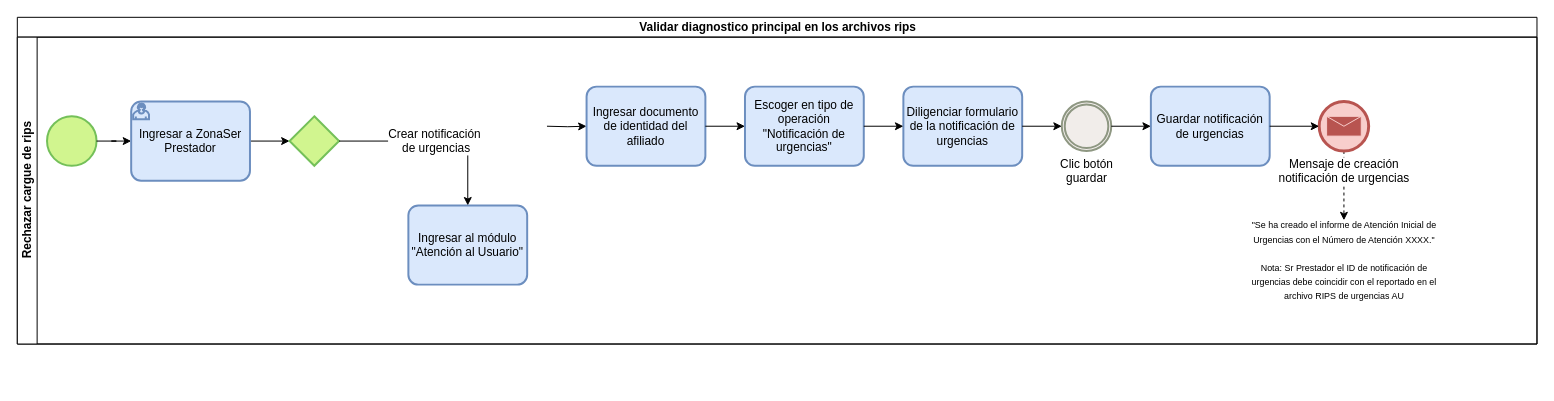
This is Validacion_codigos_cie10.drawio from kevinjporto/Diagramas-de-procesos, a draw.io file, before an edit. Source tidied: cells renumbered, new cells numbered last; positions are measured from the earlier drawing's top-left corner, leaving out a move shared by most shapes. Both pictures are drawn from the tidied source at 99%, with x=0, y=0 at pixel (17, 17).
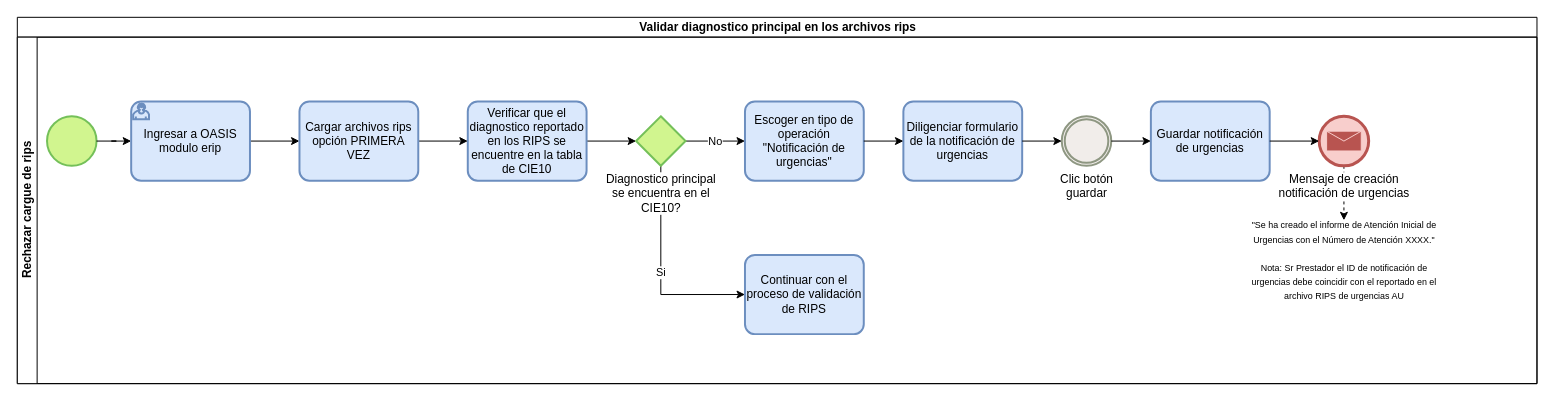
After the change.

The edit, as a diff of the source:
```diff
@@
     <mxCell id="2" value="Validar diagnostico principal en los archivos rips" style="swimlane;horizontal=1;startSize=20;html=1;" parent="1" vertex="1">
-      <mxGeometry width="1535" height="330" as="geometry" />
+      <mxGeometry width="1535" height="370" as="geometry" />
     </mxCell>
     <mxCell id="3" value="Rechazar cargue de rips" style="swimlane;startSize=20;horizontal=0;html=1;" parent="2" vertex="1">
-      <mxGeometry y="20" width="1535" height="310" as="geometry" />
+      <mxGeometry y="20" width="1535" height="350" as="geometry" />
     </mxCell>
@@
-    <mxCell id="6" style="edgeStyle=orthogonalEdgeStyle;rounded=0;jettySize=auto;html=1;fontFamily=Helvetica;fontSize=12;fontColor=default;" parent="3" edge="1" source="7" target="8">
+    <mxCell id="6" style="edgeStyle=orthogonalEdgeStyle;rounded=0;jettySize=auto;html=1;fontFamily=Helvetica;fontSize=12;fontColor=default;entryX=0;entryY=0.5;entryDx=0;entryDy=0;entryPerimeter=0;" parent="3" edge="1" source="7" target="23">
       <mxGeometry relative="1" as="geometry" />
     </mxCell>
-    <mxCell id="7" value="Ingresar a ZonaSer Prestador" style="points=[[0.25,0,0],[0.5,0,0],[0.75,0,0],[1,0.25,0],[1,0.5,0],[1,0.75,0],[0.75,1,0],[0.5,1,0],[0.25,1,0],[0,0.75,0],[0,0.5,0],[0,0.25,0]];shape=mxgraph.bpmn.task;whiteSpace=wrap;rectStyle=rounded;size=10;html=1;taskMarker=user;fillColor=#dae8fc;strokeColor=#6c8ebf;strokeWidth=2;" parent="3" vertex="1">
+    <mxCell id="7" value="Ingresar a OASIS modulo erip" style="points=[[0.25,0,0],[0.5,0,0],[0.75,0,0],[1,0.25,0],[1,0.5,0],[1,0.75,0],[0.75,1,0],[0.5,1,0],[0.25,1,0],[0,0.75,0],[0,0.5,0],[0,0.25,0]];shape=mxgraph.bpmn.task;whiteSpace=wrap;rectStyle=rounded;size=10;html=1;taskMarker=user;fillColor=#dae8fc;strokeColor=#6c8ebf;strokeWidth=2;" parent="3" vertex="1">
       <mxGeometry x="115" y="65" width="120" height="80" as="geometry" />
     </mxCell>
+    <mxCell id="25" value="No" style="edgeStyle=orthogonalEdgeStyle;rounded=0;jettySize=auto;html=1;" parent="3" edge="1" source="8" target="11">
+      <mxGeometry relative="1" as="geometry" />
+    </mxCell>
+    <mxCell id="26" value="Si" style="edgeStyle=orthogonalEdgeStyle;rounded=0;jettySize=auto;html=1;entryX=0;entryY=0.5;entryDx=0;entryDy=0;entryPerimeter=0;" parent="3" edge="1" source="8" target="29">
+      <mxGeometry relative="1" as="geometry">
+        <Array as="points">
+          <mxPoint x="650" y="260" />
+        </Array>
+      </mxGeometry>
+    </mxCell>
-    <mxCell id="8" style="points=[[0.25,0.25,0],[0.5,0,0],[0.75,0.25,0],[1,0.5,0],[0.75,0.75,0],[0.5,1,0],[0.25,0.75,0],[0,0.5,0]];shape=mxgraph.bpmn.gateway2;html=1;verticalLabelPosition=bottom;labelBackgroundColor=#ffffff;verticalAlign=top;align=center;perimeter=rhombusPerimeter;outlineConnect=0;outline=none;symbol=none;strokeColor=#74c059;fontFamily=Helvetica;fontSize=12;fontColor=default;fillColor=#d1f58f;strokeWidth=2;" parent="3" vertex="1">
-      <mxGeometry x="275" y="80" width="50" height="50" as="geometry" />
+    <mxCell id="8" value="Diagnostico principal&lt;br&gt;se encuentra en el&lt;br&gt;CIE10?" style="points=[[0.25,0.25,0],[0.5,0,0],[0.75,0.25,0],[1,0.5,0],[0.75,0.75,0],[0.5,1,0],[0.25,0.75,0],[0,0.5,0]];shape=mxgraph.bpmn.gateway2;html=1;verticalLabelPosition=bottom;labelBackgroundColor=#ffffff;verticalAlign=top;align=center;perimeter=rhombusPerimeter;outlineConnect=0;outline=none;symbol=none;strokeColor=#74c059;fontFamily=Helvetica;fontSize=12;fontColor=default;fillColor=#d1f58f;strokeWidth=2;" parent="3" vertex="1">
+      <mxGeometry x="625" y="80" width="50" height="50" as="geometry" />
     </mxCell>
-    <mxCell id="9" style="edgeStyle=orthogonalEdgeStyle;rounded=0;jettySize=auto;html=1;fontFamily=Helvetica;fontSize=12;fontColor=default;entryX=0;entryY=0.5;entryDx=0;entryDy=0;entryPerimeter=0;" parent="3" edge="1" target="10">
-      <mxGeometry relative="1" as="geometry">
-        <mxPoint x="535" y="90" as="sourcePoint" />
-      </mxGeometry>
-    </mxCell>
+    <mxCell id="27" style="edgeStyle=orthogonalEdgeStyle;rounded=0;jettySize=auto;html=1;entryX=0;entryY=0.5;entryDx=0;entryDy=0;entryPerimeter=0;" parent="3" edge="1" source="10" target="8">
+      <mxGeometry relative="1" as="geometry" />
+    </mxCell>
-    <mxCell id="10" value="Ingresar documento de identidad del afiliado" style="points=[[0.25,0,0],[0.5,0,0],[0.75,0,0],[1,0.25,0],[1,0.5,0],[1,0.75,0],[0.75,1,0],[0.5,1,0],[0.25,1,0],[0,0.75,0],[0,0.5,0],[0,0.25,0]];shape=mxgraph.bpmn.task;whiteSpace=wrap;rectStyle=rounded;size=10;html=1;taskMarker=abstract;labelBackgroundColor=none;strokeColor=#6c8ebf;fontFamily=Helvetica;fontSize=12;fontColor=default;fillColor=#dae8fc;strokeWidth=2;" parent="3" vertex="1">
-      <mxGeometry x="575" y="50" width="120" height="80" as="geometry" />
+    <mxCell id="10" value="Verificar que el diagnostico reportado en los RIPS se encuentre en la tabla de CIE10" style="points=[[0.25,0,0],[0.5,0,0],[0.75,0,0],[1,0.25,0],[1,0.5,0],[1,0.75,0],[0.75,1,0],[0.5,1,0],[0.25,1,0],[0,0.75,0],[0,0.5,0],[0,0.25,0]];shape=mxgraph.bpmn.task;whiteSpace=wrap;rectStyle=rounded;size=10;html=1;taskMarker=abstract;labelBackgroundColor=none;strokeColor=#6c8ebf;fontFamily=Helvetica;fontSize=12;fontColor=default;fillColor=#dae8fc;strokeWidth=2;" parent="3" vertex="1">
+      <mxGeometry x="455" y="65" width="120" height="80" as="geometry" />
     </mxCell>
     <mxCell id="11" value="Escoger en tipo de operación &quot;Notificación de urgencias&quot;" style="points=[[0.25,0,0],[0.5,0,0],[0.75,0,0],[1,0.25,0],[1,0.5,0],[1,0.75,0],[0.75,1,0],[0.5,1,0],[0.25,1,0],[0,0.75,0],[0,0.5,0],[0,0.25,0]];shape=mxgraph.bpmn.task;whiteSpace=wrap;rectStyle=rounded;size=10;html=1;taskMarker=abstract;labelBackgroundColor=none;strokeColor=#6c8ebf;fontFamily=Helvetica;fontSize=12;fontColor=default;fillColor=#dae8fc;strokeWidth=2;" parent="3" vertex="1">
-      <mxGeometry x="735" y="50" width="120" height="80" as="geometry" />
+      <mxGeometry x="735" y="65" width="120" height="80" as="geometry" />
     </mxCell>
-    <mxCell id="12" style="edgeStyle=orthogonalEdgeStyle;rounded=0;jettySize=auto;html=1;fontFamily=Helvetica;fontSize=12;fontColor=default;" parent="3" edge="1" source="10" target="11">
-      <mxGeometry relative="1" as="geometry" />
-    </mxCell>
     <mxCell id="13" value="Diligenciar formulario de la notificación de urgencias" style="points=[[0.25,0,0],[0.5,0,0],[0.75,0,0],[1,0.25,0],[1,0.5,0],[1,0.75,0],[0.75,1,0],[0.5,1,0],[0.25,1,0],[0,0.75,0],[0,0.5,0],[0,0.25,0]];shape=mxgraph.bpmn.task;whiteSpace=wrap;rectStyle=rounded;size=10;html=1;taskMarker=abstract;labelBackgroundColor=none;strokeColor=#6c8ebf;fontFamily=Helvetica;fontSize=12;fontColor=default;fillColor=#dae8fc;strokeWidth=2;" parent="3" vertex="1">
-      <mxGeometry x="895" y="50" width="120" height="80" as="geometry" />
+      <mxGeometry x="895" y="65" width="120" height="80" as="geometry" />
     </mxCell>
@@
     <mxCell id="15" value="Clic botón&lt;br&gt;guardar" style="points=[[0.145,0.145,0],[0.5,0,0],[0.855,0.145,0],[1,0.5,0],[0.855,0.855,0],[0.5,1,0],[0.145,0.855,0],[0,0.5,0]];shape=mxgraph.bpmn.event;html=1;verticalLabelPosition=bottom;labelBackgroundColor=#ffffff;verticalAlign=top;align=center;perimeter=ellipsePerimeter;outlineConnect=0;outline=throwing;symbol=general;strokeColor=#8e9782;fontFamily=Helvetica;fontSize=12;fontColor=default;fillColor=#f1edea;strokeWidth=2;" parent="3" vertex="1">
-      <mxGeometry x="1055" y="65" width="50" height="50" as="geometry" />
+      <mxGeometry x="1055" y="80" width="50" height="50" as="geometry" />
     </mxCell>
@@
     <mxCell id="17" value="Guardar notificación de urgencias" style="points=[[0.25,0,0],[0.5,0,0],[0.75,0,0],[1,0.25,0],[1,0.5,0],[1,0.75,0],[0.75,1,0],[0.5,1,0],[0.25,1,0],[0,0.75,0],[0,0.5,0],[0,0.25,0]];shape=mxgraph.bpmn.task;whiteSpace=wrap;rectStyle=rounded;size=10;html=1;taskMarker=abstract;labelBackgroundColor=none;strokeColor=#6c8ebf;fontFamily=Helvetica;fontSize=12;fontColor=default;fillColor=#dae8fc;strokeWidth=2;" parent="3" vertex="1">
-      <mxGeometry x="1145" y="50" width="120" height="80" as="geometry" />
+      <mxGeometry x="1145" y="65" width="120" height="80" as="geometry" />
     </mxCell>
@@
     <mxCell id="20" value="Mensaje de creación&lt;br&gt;notificación de urgencias" style="points=[[0.145,0.145,0],[0.5,0,0],[0.855,0.145,0],[1,0.5,0],[0.855,0.855,0],[0.5,1,0],[0.145,0.855,0],[0,0.5,0]];shape=mxgraph.bpmn.event;html=1;verticalLabelPosition=bottom;labelBackgroundColor=#ffffff;verticalAlign=top;align=center;perimeter=ellipsePerimeter;outlineConnect=0;outline=end;symbol=message;strokeColor=#b85450;fontFamily=Helvetica;fontSize=12;fillColor=#f8cecc;" parent="3" vertex="1">
-      <mxGeometry x="1315" y="65" width="50" height="50" as="geometry" />
+      <mxGeometry x="1315" y="80" width="50" height="50" as="geometry" />
     </mxCell>
@@
+    <mxCell id="28" style="edgeStyle=orthogonalEdgeStyle;rounded=0;jettySize=auto;html=1;entryX=0;entryY=0.5;entryDx=0;entryDy=0;entryPerimeter=0;" parent="3" edge="1" source="23" target="10">
+      <mxGeometry relative="1" as="geometry" />
+    </mxCell>
-    <mxCell id="23" value="Ingresar al módulo &quot;Atención al Usuario&quot;" style="points=[[0.25,0,0],[0.5,0,0],[0.75,0,0],[1,0.25,0],[1,0.5,0],[1,0.75,0],[0.75,1,0],[0.5,1,0],[0.25,1,0],[0,0.75,0],[0,0.5,0],[0,0.25,0]];shape=mxgraph.bpmn.task;whiteSpace=wrap;rectStyle=rounded;size=10;html=1;taskMarker=abstract;labelBackgroundColor=none;strokeColor=#6c8ebf;fontFamily=Helvetica;fontSize=12;fontColor=default;fillColor=#dae8fc;strokeWidth=2;" parent="3" vertex="1">
-      <mxGeometry x="395" y="170" width="120" height="80" as="geometry" />
+    <mxCell id="23" value="Cargar archivos rips opción PRIMERA VEZ" style="points=[[0.25,0,0],[0.5,0,0],[0.75,0,0],[1,0.25,0],[1,0.5,0],[1,0.75,0],[0.75,1,0],[0.5,1,0],[0.25,1,0],[0,0.75,0],[0,0.5,0],[0,0.25,0]];shape=mxgraph.bpmn.task;whiteSpace=wrap;rectStyle=rounded;size=10;html=1;taskMarker=abstract;labelBackgroundColor=none;strokeColor=#6c8ebf;fontFamily=Helvetica;fontSize=12;fontColor=default;fillColor=#dae8fc;strokeWidth=2;" parent="3" vertex="1">
+      <mxGeometry x="285" y="65" width="120" height="80" as="geometry" />
     </mxCell>
-    <mxCell id="24" value="Crear notificación&amp;nbsp;&lt;br&gt;de urgencias" style="edgeStyle=orthogonalEdgeStyle;rounded=0;jettySize=auto;html=1;fontFamily=Helvetica;fontSize=12;fontColor=default;" parent="3" edge="1" source="8" target="23">
-      <mxGeometry relative="1" as="geometry" />
-    </mxCell>
+    <mxCell id="29" value="Continuar con el proceso de validación de RIPS" style="points=[[0.25,0,0],[0.5,0,0],[0.75,0,0],[1,0.25,0],[1,0.5,0],[1,0.75,0],[0.75,1,0],[0.5,1,0],[0.25,1,0],[0,0.75,0],[0,0.5,0],[0,0.25,0]];shape=mxgraph.bpmn.task;whiteSpace=wrap;rectStyle=rounded;size=10;html=1;taskMarker=abstract;labelBackgroundColor=none;strokeColor=#6c8ebf;fontFamily=Helvetica;fontSize=12;fontColor=default;fillColor=#dae8fc;strokeWidth=2;" parent="3" vertex="1">
+      <mxGeometry x="735" y="220" width="120" height="80" as="geometry" />
+    </mxCell>
```
